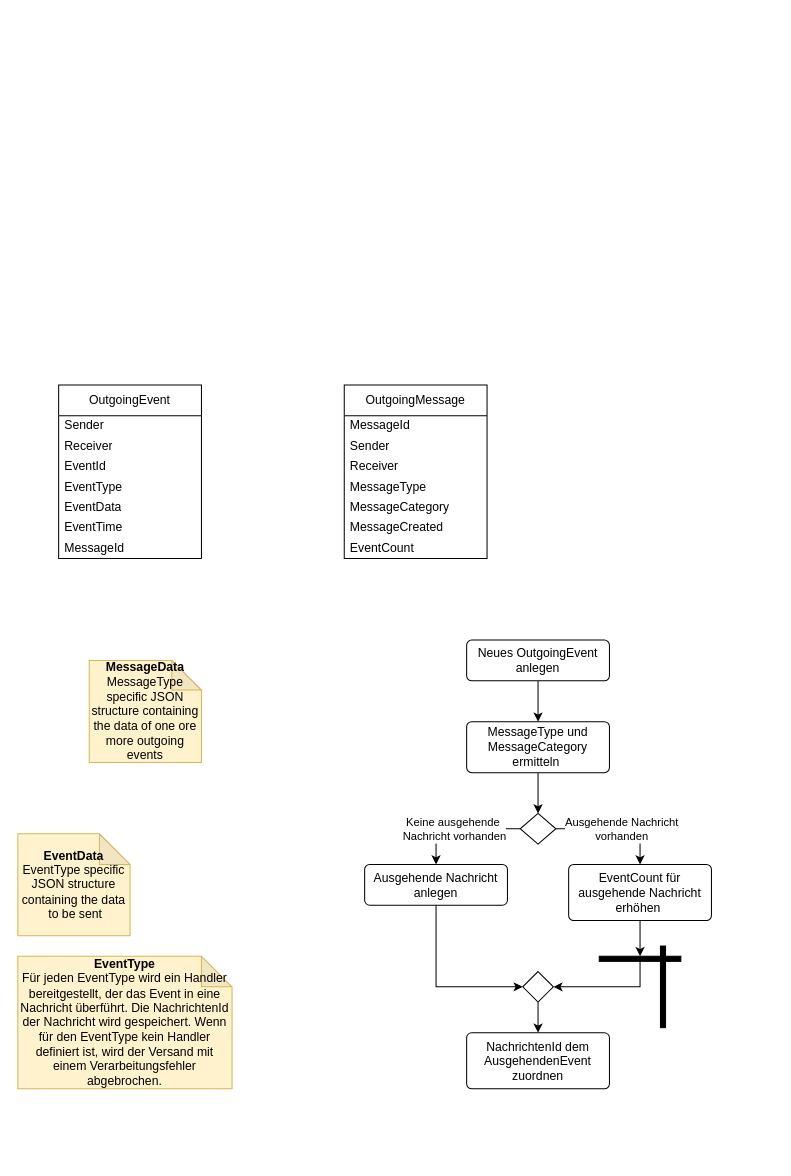
This is drawing.drawio from miwarn/mako, a draw.io file, before an edit. Source tidied: cells renumbered, new cells numbered last; positions are measured from the earlier drawing's top-left corner, leaving out a move shared by most shapes. Both pictures are drawn from the tidied source at 102%, with x=0, y=0 at pixel (17, 385).
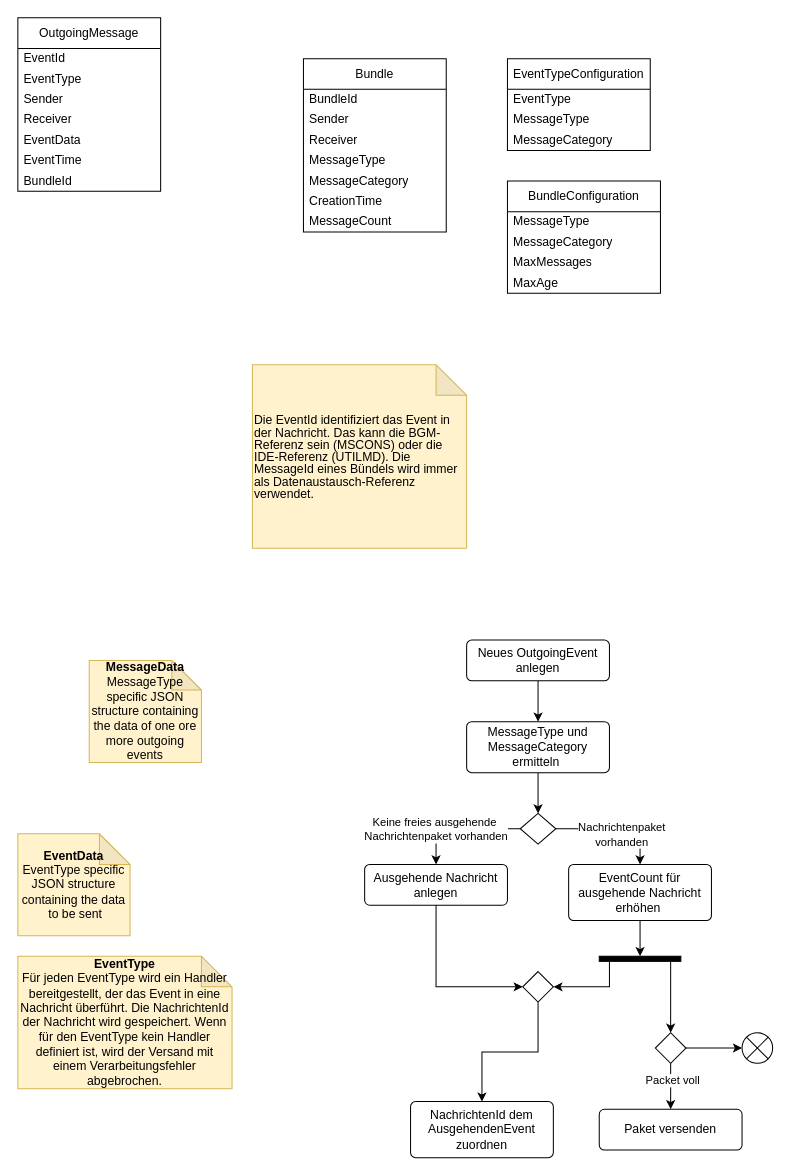
Above is the later version.

The change refers to these unchanged cells:
```xml
<mxCell id="27" style="edgeStyle=orthogonalEdgeStyle;rounded=0;jettySize=auto;html=1;" parent="1" edge="1" source="31" target="26">
  <mxGeometry relative="1" as="geometry" />
</mxCell>
<mxCell id="29" style="edgeStyle=orthogonalEdgeStyle;rounded=0;jettySize=auto;html=1;" parent="1" edge="1" source="31" target="32">
  <mxGeometry relative="1" as="geometry" />
</mxCell>
<mxCell id="35" style="rhombus;" parent="1" vertex="1">
  <mxGeometry x="495" y="575" width="30" height="30" as="geometry" />
</mxCell>
<mxCell id="37" style="html=1;points=[];perimeter=orthogonalPerimeter;fillColor=strokeColor;direction=south;" parent="1" vertex="1">
  <mxGeometry x="570" y="560" width="80" height="5" as="geometry" />
</mxCell>
```

The edit, as a diff of the source:
```diff
@@
-    <mxCell id="2" value="OutgoingEvent" style="swimlane;fontStyle=0;horizontal=1;startSize=30;whiteSpace=wrap;html=1;" parent="1" vertex="1">
-      <mxGeometry x="40" width="140" height="170" as="geometry" />
+    <mxCell id="2" value="OutgoingMessage" style="swimlane;fontStyle=0;horizontal=1;startSize=30;whiteSpace=wrap;html=1;" parent="1" vertex="1">
+      <mxGeometry y="-360" width="140" height="170" as="geometry" />
     </mxCell>
+    <mxCell id="9" value="EventId" style="text;strokeColor=none;fillColor=none;align=left;verticalAlign=middle;spacingLeft=4;spacingRight=4;overflow=hidden;whiteSpace=wrap;html=1;" parent="2" vertex="1">
+      <mxGeometry y="30" width="140" height="20" as="geometry" />
+    </mxCell>
+    <mxCell id="6" value="EventType" style="text;strokeColor=none;fillColor=none;align=left;verticalAlign=middle;spacingLeft=4;spacingRight=4;overflow=hidden;whiteSpace=wrap;html=1;" parent="2" vertex="1">
+      <mxGeometry y="50" width="140" height="20" as="geometry" />
+    </mxCell>
     <mxCell id="3" value="Sender" style="text;strokeColor=none;fillColor=none;align=left;verticalAlign=middle;spacingLeft=4;spacingRight=4;overflow=hidden;whiteSpace=wrap;html=1;" parent="2" vertex="1">
-      <mxGeometry y="30" width="140" height="20" as="geometry" />
+      <mxGeometry y="70" width="140" height="20" as="geometry" />
     </mxCell>
     <mxCell id="4" value="Receiver" style="text;strokeColor=none;fillColor=none;align=left;verticalAlign=middle;spacingLeft=4;spacingRight=4;overflow=hidden;whiteSpace=wrap;html=1;" parent="2" vertex="1">
-      <mxGeometry y="50" width="140" height="20" as="geometry" />
+      <mxGeometry y="90" width="140" height="20" as="geometry" />
     </mxCell>
-    <mxCell id="5" value="EventId" style="text;strokeColor=none;fillColor=none;align=left;verticalAlign=middle;spacingLeft=4;spacingRight=4;overflow=hidden;whiteSpace=wrap;html=1;" parent="2" vertex="1">
-      <mxGeometry y="70" width="140" height="20" as="geometry" />
-    </mxCell>
-    <mxCell id="6" value="EventType" style="text;strokeColor=none;fillColor=none;align=left;verticalAlign=middle;spacingLeft=4;spacingRight=4;overflow=hidden;whiteSpace=wrap;html=1;" parent="2" vertex="1">
-      <mxGeometry y="90" width="140" height="20" as="geometry" />
-    </mxCell>
@@
-    <mxCell id="9" value="MessageId" style="text;strokeColor=none;fillColor=none;align=left;verticalAlign=middle;spacingLeft=4;spacingRight=4;overflow=hidden;whiteSpace=wrap;html=1;" parent="2" vertex="1">
-      <mxGeometry y="150" width="140" height="20" as="geometry" />
-    </mxCell>
+    <mxCell id="5" value="BundleId" style="text;strokeColor=none;fillColor=none;align=left;verticalAlign=middle;spacingLeft=4;spacingRight=4;overflow=hidden;whiteSpace=wrap;html=1;" parent="2" vertex="1">
+      <mxGeometry y="150" width="140" height="20" as="geometry" />
+    </mxCell>
-    <mxCell id="10" value="OutgoingMessage" style="swimlane;fontStyle=0;horizontal=1;startSize=30;whiteSpace=wrap;html=1;" parent="1" vertex="1">
-      <mxGeometry x="320" width="140" height="170" as="geometry" />
+    <mxCell id="10" value="Bundle" style="swimlane;fontStyle=0;horizontal=1;startSize=30;whiteSpace=wrap;html=1;" parent="1" vertex="1">
+      <mxGeometry x="280" y="-320" width="140" height="170" as="geometry" />
     </mxCell>
-    <mxCell id="11" value="MessageId" style="text;strokeColor=none;fillColor=none;align=left;verticalAlign=middle;spacingLeft=4;spacingRight=4;overflow=hidden;whiteSpace=wrap;html=1;flipV=1;" parent="10" vertex="1">
+    <mxCell id="11" value="BundleId&amp;nbsp;" style="text;strokeColor=none;fillColor=none;align=left;verticalAlign=middle;spacingLeft=4;spacingRight=4;overflow=hidden;whiteSpace=wrap;html=1;flipV=1;" parent="10" vertex="1">
       <mxGeometry y="30" width="140" height="20" as="geometry" />
     </mxCell>
@@
-    <mxCell id="16" value="MessageCreated" style="text;strokeColor=none;fillColor=none;align=left;verticalAlign=middle;spacingLeft=4;spacingRight=4;overflow=hidden;whiteSpace=wrap;html=1;" parent="10" vertex="1">
+    <mxCell id="16" value="CreationTime" style="text;strokeColor=none;fillColor=none;align=left;verticalAlign=middle;spacingLeft=4;spacingRight=4;overflow=hidden;whiteSpace=wrap;html=1;" parent="10" vertex="1">
       <mxGeometry y="130" width="140" height="20" as="geometry" />
     </mxCell>
-    <mxCell id="17" value="EventCount" style="text;strokeColor=none;fillColor=none;align=left;verticalAlign=middle;spacingLeft=4;spacingRight=4;overflow=hidden;whiteSpace=wrap;html=1;" parent="10" vertex="1">
+    <mxCell id="17" value="MessageCount" style="text;strokeColor=none;fillColor=none;align=left;verticalAlign=middle;spacingLeft=4;spacingRight=4;overflow=hidden;whiteSpace=wrap;html=1;" parent="10" vertex="1">
       <mxGeometry y="150" width="140" height="20" as="geometry" />
     </mxCell>
@@
-    <mxCell id="28" value="Ausgehende Nachricht&lt;div&gt;vorhanden&lt;/div&gt;" style="edgeLabel;html=1;align=center;verticalAlign=middle;" parent="27" vertex="1">
+    <mxCell id="28" value="Nachrichtenpaket&lt;div&gt;vorhanden&lt;/div&gt;" style="edgeLabel;html=1;align=center;verticalAlign=middle;" parent="27" vertex="1">
       <mxGeometry x="-0.42" y="-2" relative="1" as="geometry">
-        <mxPoint x="30" y="-2" as="offset" />
+        <mxPoint x="30" y="3" as="offset" />
       </mxGeometry>
     </mxCell>
@@
-    <mxCell id="30" value="Keine ausgehende&amp;nbsp;&lt;div&gt;Nachricht vorhanden&lt;/div&gt;" style="edgeLabel;html=1;align=center;verticalAlign=middle;" parent="29" vertex="1">
+    <mxCell id="30" value="Keine freies ausgehende&amp;nbsp;&lt;div&gt;Nachrichtenpaket vorhanden&lt;/div&gt;" style="edgeLabel;html=1;align=center;verticalAlign=middle;" parent="29" vertex="1">
       <mxGeometry x="-0.36" y="2" relative="1" as="geometry">
-        <mxPoint x="-27" y="-2" as="offset" />
+        <mxPoint x="-45" y="-2" as="offset" />
       </mxGeometry>
     </mxCell>
@@
     <mxCell id="33" value="NachrichtenId dem AusgehendenEvent zuordnen" style="html=1;align=center;verticalAlign=middle;rounded=1;absoluteArcSize=1;arcSize=10;dashed=0;whiteSpace=wrap;" parent="1" vertex="1">
-      <mxGeometry x="440" y="635" width="140" height="55" as="geometry" />
+      <mxGeometry x="385" y="702.5" width="140" height="55" as="geometry" />
     </mxCell>
@@
-    <mxCell id="38" style="edgeStyle=orthogonalEdgeStyle;jettySize=auto;html=1;rounded=0;entryX=1;entryY=0.5;entryDx=0;entryDy=0;exitX=0;exitY=0.5;exitDx=0;exitDy=0;exitPerimeter=0;" parent="1" edge="1" source="37" target="35">
+    <mxCell id="38" style="edgeStyle=orthogonalEdgeStyle;jettySize=auto;html=1;rounded=0;entryX=1;entryY=0.5;entryDx=0;entryDy=0;exitX=0;exitY=0.875;exitDx=0;exitDy=0;exitPerimeter=0;" parent="1" edge="1" source="37" target="35">
       <mxGeometry relative="1" as="geometry">
         <Array as="points">
-          <mxPoint x="610" y="590" />
+          <mxPoint x="580" y="590" />
         </Array>
       </mxGeometry>
     </mxCell>
-    <mxCell id="39" style="html=1;perimeter=orthogonalPerimeter;fillColor=strokeColor;" parent="1" vertex="1">
-      <mxGeometry x="630" y="550" width="5" height="80" as="geometry" />
-    </mxCell>
+    <mxCell id="40" value="Paket versenden" style="html=1;align=center;verticalAlign=middle;rounded=1;absoluteArcSize=1;arcSize=10;dashed=0;whiteSpace=wrap;" parent="1" vertex="1">
+      <mxGeometry x="570" y="710" width="140" height="40" as="geometry" />
+    </mxCell>
+    <mxCell id="41" style="edgeStyle=orthogonalEdgeStyle;jettySize=auto;html=1;rounded=0;exitX=0;exitY=0.125;exitDx=0;exitDy=0;exitPerimeter=0;entryX=0;entryY=0.5;entryDx=0;entryDy=0;" parent="1" edge="1" source="37" target="45">
+      <mxGeometry relative="1" as="geometry">
+        <Array as="points">
+          <mxPoint x="640" y="620" />
+          <mxPoint x="640" y="620" />
+        </Array>
+      </mxGeometry>
+    </mxCell>
+    <mxCell id="42" style="edgeStyle=orthogonalEdgeStyle;rounded=0;jettySize=auto;html=1;" parent="1" edge="1" source="45" target="40">
+      <mxGeometry relative="1" as="geometry" />
+    </mxCell>
+    <mxCell id="43" value="Packet voll" style="edgeLabel;html=1;align=center;verticalAlign=middle;" parent="42" vertex="1">
+      <mxGeometry x="-0.27" y="1" relative="1" as="geometry" />
+    </mxCell>
+    <mxCell id="44" style="edgeStyle=orthogonalEdgeStyle;rounded=0;jettySize=auto;html=1;" parent="1" edge="1" source="45" target="46">
+      <mxGeometry relative="1" as="geometry" />
+    </mxCell>
+    <mxCell id="45" style="rhombus;direction=south;" parent="1" vertex="1">
+      <mxGeometry x="625" y="635" width="30" height="30" as="geometry" />
+    </mxCell>
+    <mxCell id="46" style="shape=sumEllipse;perimeter=ellipsePerimeter;html=1;backgroundOutline=1;" parent="1" vertex="1">
+      <mxGeometry x="710" y="635" width="30" height="30" as="geometry" />
+    </mxCell>
+    <mxCell id="47" value="EventTypeConfiguration" style="swimlane;fontStyle=0;horizontal=1;startSize=30;whiteSpace=wrap;html=1;" parent="1" vertex="1">
+      <mxGeometry x="480" y="-320" width="140" height="90" as="geometry" />
+    </mxCell>
+    <mxCell id="48" value="EventType" style="text;strokeColor=none;fillColor=none;align=left;verticalAlign=middle;spacingLeft=4;spacingRight=4;overflow=hidden;whiteSpace=wrap;html=1;" parent="47" vertex="1">
+      <mxGeometry y="30" width="140" height="20" as="geometry" />
+    </mxCell>
+    <mxCell id="49" value="MessageType" style="text;strokeColor=none;fillColor=none;align=left;verticalAlign=middle;spacingLeft=4;spacingRight=4;overflow=hidden;whiteSpace=wrap;html=1;" parent="47" vertex="1">
+      <mxGeometry y="50" width="140" height="20" as="geometry" />
+    </mxCell>
+    <mxCell id="50" value="MessageCategory" style="text;strokeColor=none;fillColor=none;align=left;verticalAlign=middle;spacingLeft=4;spacingRight=4;overflow=hidden;whiteSpace=wrap;html=1;" parent="47" vertex="1">
+      <mxGeometry y="70" width="140" height="20" as="geometry" />
+    </mxCell>
+    <mxCell id="51" value="BundleConfiguration" style="swimlane;fontStyle=0;horizontal=1;startSize=30;whiteSpace=wrap;html=1;" parent="1" vertex="1">
+      <mxGeometry x="480" y="-200" width="150" height="110" as="geometry" />
+    </mxCell>
+    <mxCell id="52" value="MessageType" style="text;strokeColor=none;fillColor=none;align=left;verticalAlign=middle;spacingLeft=4;spacingRight=4;overflow=hidden;whiteSpace=wrap;html=1;" parent="51" vertex="1">
+      <mxGeometry y="30" width="150" height="20" as="geometry" />
+    </mxCell>
+    <mxCell id="53" value="MessageCategory" style="text;strokeColor=none;fillColor=none;align=left;verticalAlign=middle;spacingLeft=4;spacingRight=4;overflow=hidden;whiteSpace=wrap;html=1;" parent="51" vertex="1">
+      <mxGeometry y="50" width="150" height="20" as="geometry" />
+    </mxCell>
+    <mxCell id="54" value="MaxMessages" style="text;strokeColor=none;fillColor=none;align=left;verticalAlign=middle;spacingLeft=4;spacingRight=4;overflow=hidden;whiteSpace=wrap;html=1;" parent="51" vertex="1">
+      <mxGeometry y="70" width="150" height="20" as="geometry" />
+    </mxCell>
+    <mxCell id="55" value="MaxAge" style="text;strokeColor=none;fillColor=none;align=left;verticalAlign=middle;spacingLeft=4;spacingRight=4;overflow=hidden;whiteSpace=wrap;html=1;" parent="51" vertex="1">
+      <mxGeometry y="90" width="150" height="20" as="geometry" />
+    </mxCell>
+    <mxCell id="56" value="&lt;p style=&quot;line-height: 100%;&quot;&gt;Die EventId identifiziert das Event in der Nachricht. Das kann die BGM-Referenz sein (MSCONS) oder die IDE-Referenz (UTILMD). Die MessageId eines Bündels wird immer als Datenaustausch-Referenz verwendet.&lt;/p&gt;" style="shape=note;whiteSpace=wrap;html=1;backgroundOutline=1;darkOpacity=0.05;fillColor=#fff2cc;strokeColor=#d6b656;align=left;" parent="1" vertex="1">
+      <mxGeometry x="230" y="-20" width="210" height="180" as="geometry" />
+    </mxCell>
```
